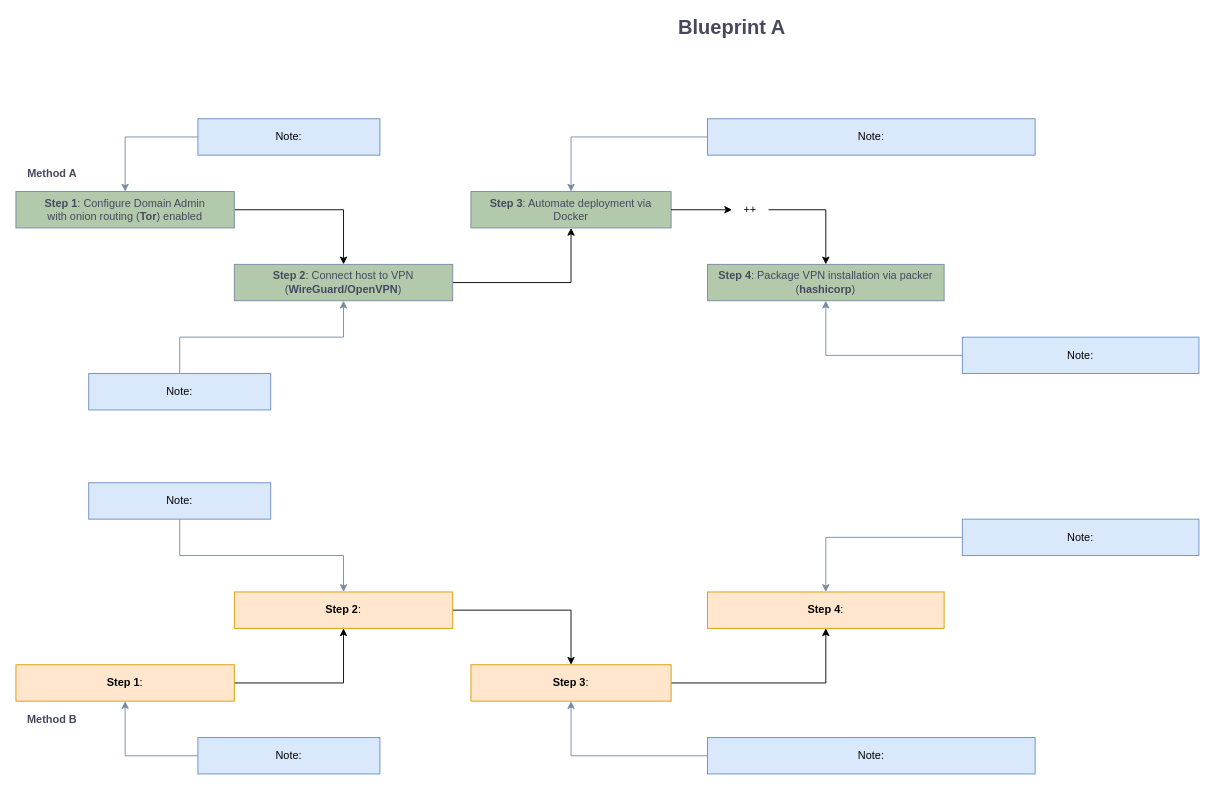
Earlier version of the draw.io diagram demo.drawio (ycaedes/diagram). Source tidied: cells renumbered, new cells numbered last; positions are measured from the earlier drawing's top-left corner, leaving out a move shared by most shapes. Both pictures are drawn from the tidied source at 91%, with x=0, y=0 at pixel (15, 18).
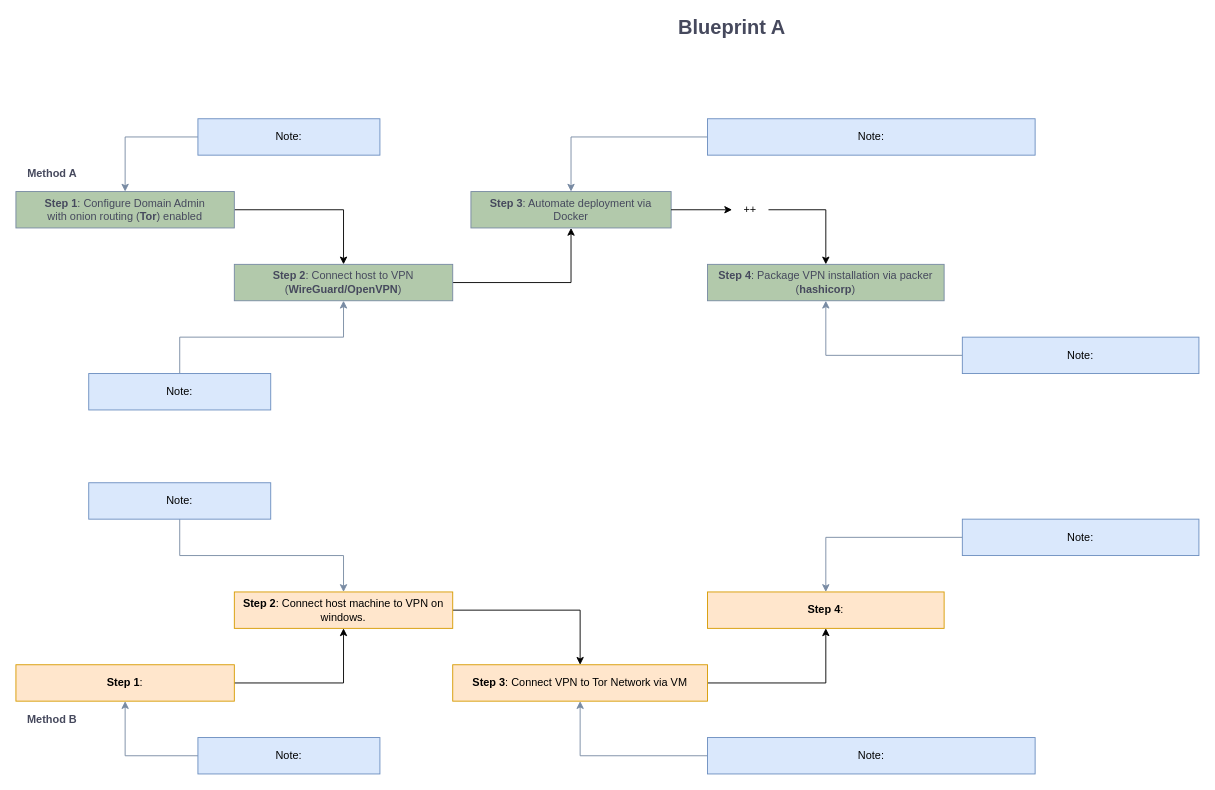
The same diagram, later.

What changed in the source:
```diff
@@
-    <mxCell id="23" value="&lt;b&gt;Step 2&lt;/b&gt;:" style="rounded=0;whiteSpace=wrap;html=1;sketch=0;strokeColor=#d79b00;fillColor=#ffe6cc;fontSize=12;" parent="1" vertex="1">
+    <mxCell id="23" value="&lt;b&gt;Step 2&lt;/b&gt;: Connect host machine to VPN on windows." style="rounded=0;whiteSpace=wrap;html=1;sketch=0;strokeColor=#d79b00;fillColor=#ffe6cc;fontSize=12;" parent="1" vertex="1">
       <mxGeometry x="240" y="630" width="240" height="40" as="geometry" />
     </mxCell>
@@
-    <mxCell id="25" value="&lt;b&gt;Step 3&lt;/b&gt;:" style="rounded=0;whiteSpace=wrap;html=1;sketch=0;strokeColor=#d79b00;fillColor=#ffe6cc;fontSize=12;" parent="1" vertex="1">
-      <mxGeometry x="500" y="710" width="220" height="40" as="geometry" />
+    <mxCell id="25" value="&lt;b&gt;Step 3&lt;/b&gt;: Connect VPN to Tor Network via VM" style="rounded=0;whiteSpace=wrap;html=1;sketch=0;strokeColor=#d79b00;fillColor=#ffe6cc;fontSize=12;" parent="1" vertex="1">
+      <mxGeometry x="480" y="710" width="280" height="40" as="geometry" />
     </mxCell>
```
